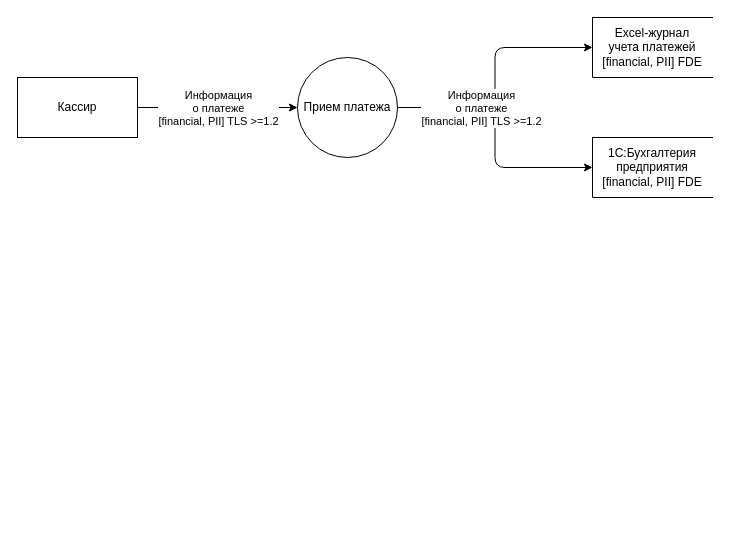
Before: Task1/3_dfd_прием_платежей.drawio in rmd-practicum/architecture-medikamente, a draw.io diagram. Source tidied: cells renumbered, new cells numbered last; positions are measured from the earlier drawing's top-left corner, leaving out a move shared by most shapes. Both pictures are drawn from the tidied source at 100%, with x=0, y=0 at pixel (17, 17).
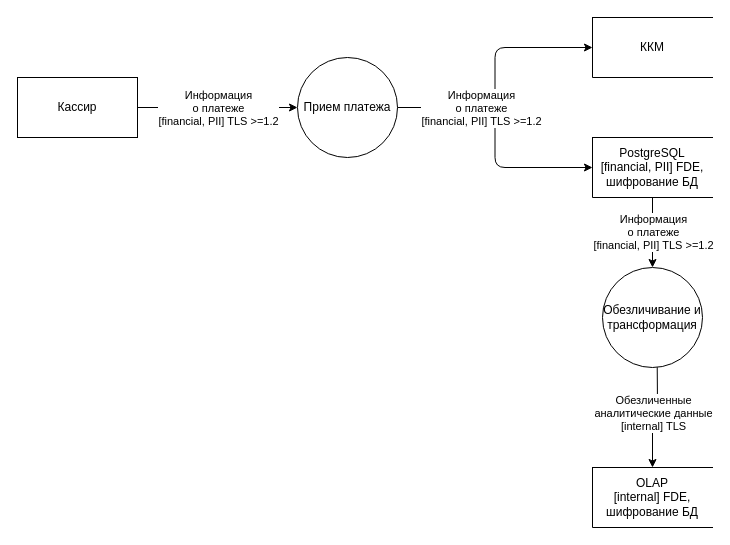
After the change.

Change to the diagram source:
```diff
@@
-    <mxCell id="11" value="Excel-журнал&lt;div&gt;учета платежей&lt;/div&gt;&lt;div&gt;[financial, PII] FDE&lt;/div&gt;" style="html=1;dashed=0;whiteSpace=wrap;shape=partialRectangle;right=0;" parent="1" vertex="1">
+    <mxCell id="11" value="ККМ" style="html=1;dashed=0;whiteSpace=wrap;shape=partialRectangle;right=0;" parent="1" vertex="1">
       <mxGeometry x="575" width="120" height="60" as="geometry" />
     </mxCell>
+    <mxCell id="13" style="edgeStyle=orthogonalEdgeStyle;shape=connector;curved=0;rounded=1;jumpStyle=arc;jettySize=auto;html=1;exitX=0.5;exitY=1;exitDx=0;exitDy=0;entryX=0.5;entryY=0;entryDx=0;entryDy=0;strokeColor=default;align=center;verticalAlign=middle;fontFamily=Helvetica;fontSize=11;fontColor=default;labelBackgroundColor=default;defaultLabelBackgroundColor=page;endArrow=classic;" parent="1" edge="1" source="12" target="18">
+      <mxGeometry relative="1" as="geometry" />
+    </mxCell>
+    <mxCell id="14" value="Информация&lt;div&gt;о платеже&lt;/div&gt;&lt;div&gt;[financial, PII] TLS &amp;gt;=1.2&lt;/div&gt;" style="edgeLabel;html=1;align=center;verticalAlign=middle;inheritText=1;defaultLabelBackgroundColor=page;" parent="13" vertex="1">
+      <mxGeometry x="-0.02" relative="1" as="geometry" />
+    </mxCell>
-    <mxCell id="12" value="1С:Бухгалтерия предприятия&lt;div&gt;[financial, PII] FDE&lt;/div&gt;" style="html=1;dashed=0;whiteSpace=wrap;shape=partialRectangle;right=0;" parent="1" vertex="1">
+    <mxCell id="12" value="&lt;div&gt;PostgreSQL [financial, PII] FDE, шифрование БД&lt;/div&gt;" style="html=1;dashed=0;whiteSpace=wrap;shape=partialRectangle;right=0;" parent="1" vertex="1">
       <mxGeometry x="575" y="120" width="120" height="60" as="geometry" />
     </mxCell>
+    <mxCell id="15" value="OLAP&lt;div&gt;[internal] FDE, шифрование БД&lt;/div&gt;" style="html=1;dashed=0;whiteSpace=wrap;shape=partialRectangle;right=0;" parent="1" vertex="1">
+      <mxGeometry x="575" y="450" width="120" height="60" as="geometry" />
+    </mxCell>
+    <mxCell id="16" style="edgeStyle=orthogonalEdgeStyle;shape=connector;curved=0;rounded=1;jumpStyle=arc;jettySize=auto;html=1;exitX=0.5;exitY=1;exitDx=0;exitDy=0;entryX=0.5;entryY=0;entryDx=0;entryDy=0;strokeColor=default;align=center;verticalAlign=middle;fontFamily=Helvetica;fontSize=11;fontColor=default;labelBackgroundColor=default;defaultLabelBackgroundColor=page;endArrow=classic;" parent="1" edge="1" target="15">
+      <mxGeometry x="0.54" relative="1" as="geometry">
+        <mxPoint x="639.5" y="320" as="sourcePoint" />
+      </mxGeometry>
+    </mxCell>
+    <mxCell id="17" value="Обезличенные&lt;div&gt;аналитические данные&lt;/div&gt;&lt;div&gt;[internal] TLS&lt;/div&gt;" style="edgeLabel;html=1;align=center;verticalAlign=middle;inheritText=1;defaultLabelBackgroundColor=page;" parent="16" vertex="1">
+      <mxGeometry x="0.57" relative="1" as="geometry">
+        <mxPoint y="-25" as="offset" />
+      </mxGeometry>
+    </mxCell>
+    <mxCell id="18" value="Обезличивание и трансформация" style="shape=ellipse;html=1;dashed=0;whiteSpace=wrap;perimeter=ellipsePerimeter;" parent="1" vertex="1">
+      <mxGeometry x="585" y="250" width="100" height="100" as="geometry" />
+    </mxCell>
```
